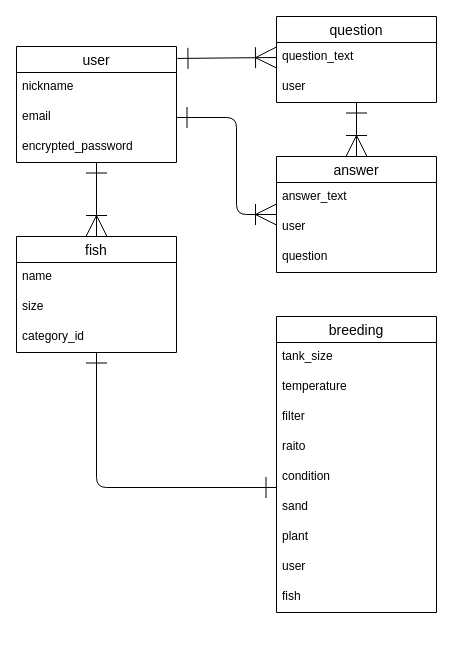
The draw.io diagram ER.dio in shimitar/fish-breeding, before the edit. Source tidied: cells renumbered, new cells numbered last; positions are measured from the earlier drawing's top-left corner, leaving out a move shared by most shapes. Both pictures are drawn from the tidied source at 100%, with x=0, y=0 at pixel (16, 16).
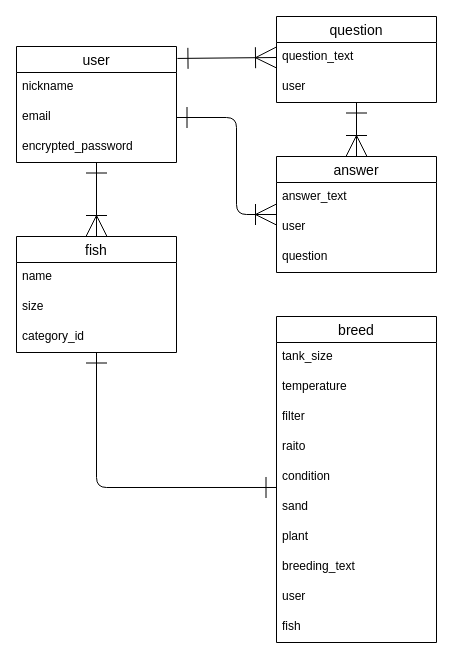
Above is the later version.

Diff of the diagram source:
```diff
@@
-    <mxCell id="20" value="breeding" style="swimlane;fontStyle=0;horizontal=1;startSize=26;align=center;fontSize=14;" parent="1" vertex="1">
-      <mxGeometry x="260" y="300" width="160" height="296" as="geometry" />
+    <mxCell id="20" value="breed" style="swimlane;fontStyle=0;horizontal=1;startSize=26;align=center;fontSize=14;" parent="1" vertex="1">
+      <mxGeometry x="260" y="300" width="160" height="326" as="geometry" />
     </mxCell>
@@
+    <mxCell id="32" value="plant" style="text;strokeColor=none;fillColor=none;spacingLeft=4;spacingRight=4;overflow=hidden;fontSize=12;" parent="20" vertex="1">
+      <mxGeometry y="206" width="160" height="30" as="geometry" />
+    </mxCell>
-    <mxCell id="27" value="plant" style="text;strokeColor=none;fillColor=none;spacingLeft=4;spacingRight=4;overflow=hidden;fontSize=12;" parent="20" vertex="1">
-      <mxGeometry y="206" width="160" height="30" as="geometry" />
+    <mxCell id="27" value="breeding_text" style="text;strokeColor=none;fillColor=none;spacingLeft=4;spacingRight=4;overflow=hidden;fontSize=12;" parent="20" vertex="1">
+      <mxGeometry y="236" width="160" height="30" as="geometry" />
     </mxCell>
     <mxCell id="28" value="user" style="text;strokeColor=none;fillColor=none;spacingLeft=4;spacingRight=4;overflow=hidden;fontSize=12;" parent="20" vertex="1">
-      <mxGeometry y="236" width="160" height="30" as="geometry" />
+      <mxGeometry y="266" width="160" height="30" as="geometry" />
     </mxCell>
     <mxCell id="29" value="fish" style="text;strokeColor=none;fillColor=none;spacingLeft=4;spacingRight=4;overflow=hidden;fontSize=12;" parent="20" vertex="1">
-      <mxGeometry y="266" width="160" height="30" as="geometry" />
+      <mxGeometry y="296" width="160" height="30" as="geometry" />
     </mxCell>
```
